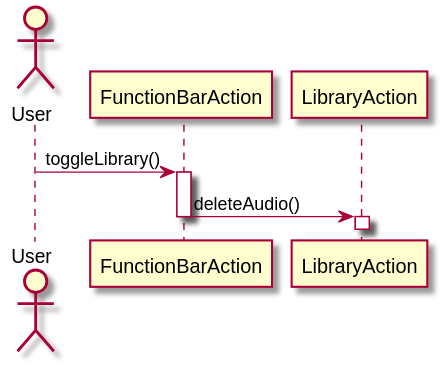
austudio-team/austudio-uml-graph keeps this PlantUML diagram as out/sequence_diagram/deleteAudio/deleteAudio.svg. Above is the earlier version.
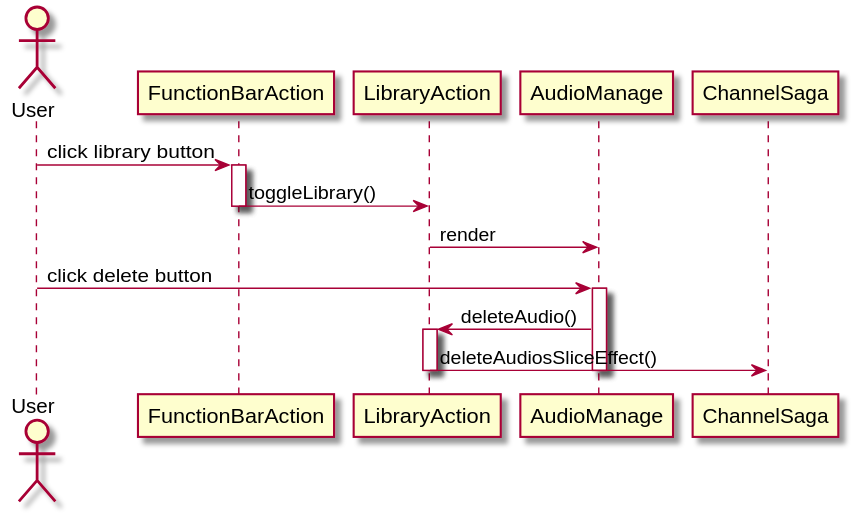
After the change.

What changed in the source:
```diff
@@ -1,9 +1,17 @@
 @startuml
 actor User
 
-User -> FunctionBarAction: toggleLibrary()
+User -> FunctionBarAction: click library button
 activate FunctionBarAction
-FunctionBarAction -> LibraryAction: deleteAudio()
+FunctionBarAction -> LibraryAction: toggleLibrary()
 deactivate FunctionBarAction
+LibraryAction -> AudioManage: render
+
+User -> AudioManage: click delete button
+activate AudioManage
+AudioManage -> LibraryAction: deleteAudio()
 activate LibraryAction
+LibraryAction -> ChannelSaga: deleteAudiosSliceEffect()
+deactivate LibraryAction
+deactivate AudioManage
 @enduml
```
